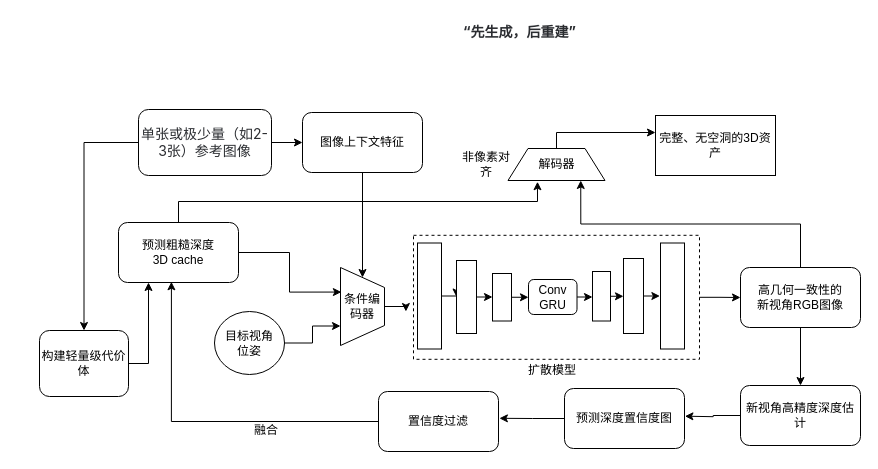
Above: GeoContext-Diff.drawio in zzcPeace/draw.io (draw.io), before the change. Source tidied: cells renumbered, new cells numbered last; positions are measured from the earlier drawing's top-left corner, leaving out a move shared by most shapes. Both pictures are drawn from the tidied source at 100%, with x=0, y=0 at pixel (39, 17).
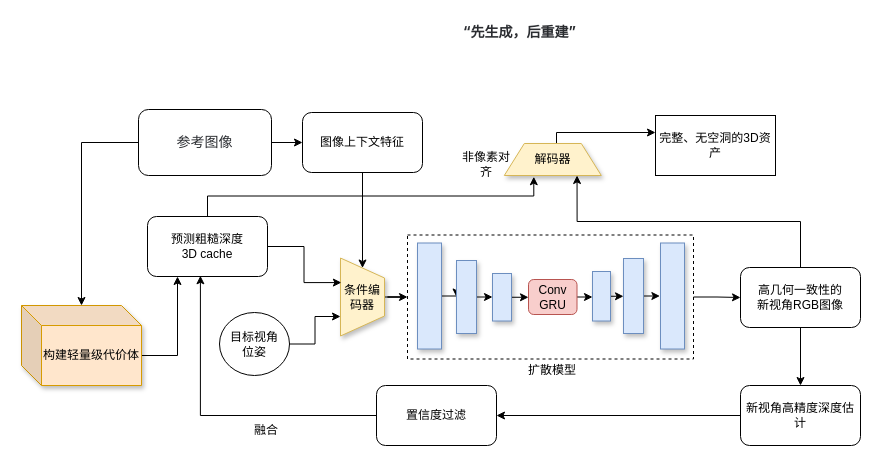
The same page after the edit.

Unchanged cells that the change refers to:
```xml
<mxCell id="33" value="新视角高精度深度估计" style="rounded=1;whiteSpace=wrap;html=1;" parent="1" vertex="1">
  <mxGeometry x="701" y="368" width="120" height="60" as="geometry" />
</mxCell>
<mxCell id="46" value="图像上下文特征" style="rounded=1;whiteSpace=wrap;html=1;" parent="1" vertex="1">
  <mxGeometry x="263" y="95" width="120" height="60" as="geometry" />
</mxCell>
```

Change to the diagram source:
```diff
@@
+    <mxCell id="4" style="edgeStyle=orthogonalEdgeStyle;rounded=0;jettySize=auto;html=1;exitX=1;exitY=0.5;exitDx=0;exitDy=0;entryX=0;entryY=0.5;entryDx=0;entryDy=0;" parent="1" edge="1" source="5" target="46">
+      <mxGeometry relative="1" as="geometry" />
+    </mxCell>
-    <mxCell id="3" style="edgeStyle=orthogonalEdgeStyle;rounded=0;jettySize=auto;html=1;" parent="1" edge="1" source="5" target="7">
+    <mxCell id="3" style="edgeStyle=orthogonalEdgeStyle;rounded=0;jettySize=auto;html=1;exitX=0;exitY=0.5;exitDx=0;exitDy=0;" parent="1" edge="1" source="5" target="7">
       <mxGeometry relative="1" as="geometry" />
     </mxCell>
-    <mxCell id="4" style="edgeStyle=orthogonalEdgeStyle;rounded=0;jettySize=auto;html=1;exitX=1;exitY=0.5;exitDx=0;exitDy=0;entryX=0;entryY=0.5;entryDx=0;entryDy=0;" parent="1" edge="1" source="5" target="46">
-      <mxGeometry relative="1" as="geometry" />
-    </mxCell>
-    <mxCell id="5" value="&lt;span style=&quot;color: rgb(43, 45, 49); font-family: Inter, sans-serif; font-size: 14px; text-align: start; background-color: rgb(255, 255, 255);&quot;&gt;单张或极少量（如2-3张）参考图像&lt;/span&gt;" style="rounded=1;whiteSpace=wrap;html=1;" parent="1" vertex="1">
+    <mxCell id="5" value="&lt;span style=&quot;color: rgb(43, 45, 49); font-family: Inter, sans-serif; font-size: 14px; text-align: start; background-color: rgb(255, 255, 255);&quot;&gt;参考图像&lt;/span&gt;" style="rounded=1;whiteSpace=wrap;html=1;" parent="1" vertex="1">
       <mxGeometry x="99" y="92" width="133" height="66" as="geometry" />
     </mxCell>
-    <mxCell id="6" style="edgeStyle=orthogonalEdgeStyle;rounded=0;jettySize=auto;html=1;exitX=1;exitY=0.5;exitDx=0;exitDy=0;entryX=0.25;entryY=1;entryDx=0;entryDy=0;" parent="1" edge="1" source="7" target="8">
-      <mxGeometry relative="1" as="geometry" />
-    </mxCell>
-    <mxCell id="7" value="构建轻量级代价体" style="rounded=1;whiteSpace=wrap;html=1;" parent="1" vertex="1">
-      <mxGeometry y="313" width="89" height="66" as="geometry" />
-    </mxCell>
     <mxCell id="8" value="预测粗糙深度&lt;br&gt;3D cache" style="rounded=1;whiteSpace=wrap;html=1;" parent="1" vertex="1">
-      <mxGeometry x="79" y="205" width="120" height="60" as="geometry" />
+      <mxGeometry x="108" y="199" width="120" height="60" as="geometry" />
     </mxCell>
@@
     <mxCell id="10" value="目标视角&lt;div&gt;位姿&lt;/div&gt;" style="ellipse;whiteSpace=wrap;html=1;" parent="1" vertex="1">
-      <mxGeometry x="175" y="294" width="70" height="63" as="geometry" />
+      <mxGeometry x="180" y="295" width="70" height="63" as="geometry" />
     </mxCell>
-    <mxCell id="11" style="edgeStyle=orthogonalEdgeStyle;rounded=0;jettySize=auto;html=1;exitX=0.5;exitY=0;exitDx=0;exitDy=0;" parent="1" edge="1" source="12">
-      <mxGeometry relative="1" as="geometry">
-        <mxPoint x="366.4" y="294" as="targetPoint" />
-      </mxGeometry>
-    </mxCell>
+    <mxCell id="47" style="edgeStyle=orthogonalEdgeStyle;rounded=0;jettySize=auto;html=1;" parent="1" edge="1" source="12" target="27">
+      <mxGeometry relative="1" as="geometry" />
+    </mxCell>
-    <mxCell id="12" value="条件编码器" style="shape=trapezoid;perimeter=trapezoidPerimeter;whiteSpace=wrap;html=1;fixedSize=1;direction=south;" parent="1" vertex="1">
-      <mxGeometry x="301" y="250" width="44" height="78" as="geometry" />
+    <mxCell id="12" value="条件编码器" style="shape=trapezoid;perimeter=trapezoidPerimeter;whiteSpace=wrap;html=1;fixedSize=1;direction=south;fillColor=#fff2cc;strokeColor=#d6b656;shadow=1;" parent="1" vertex="1">
+      <mxGeometry x="301" y="240.5" width="44" height="78" as="geometry" />
     </mxCell>
@@
-    <mxCell id="14" style="rounded=0;whiteSpace=wrap;html=1;direction=south;" parent="1" vertex="1">
+    <mxCell id="14" style="rounded=0;whiteSpace=wrap;html=1;direction=south;fillColor=#dae8fc;strokeColor=#6c8ebf;shadow=1;" parent="1" vertex="1">
       <mxGeometry x="378" y="225.5" width="24" height="106" as="geometry" />
     </mxCell>
@@
-    <mxCell id="16" style="rounded=0;whiteSpace=wrap;html=1;direction=south;" parent="1" vertex="1">
+    <mxCell id="16" style="rounded=0;whiteSpace=wrap;html=1;direction=south;fillColor=#dae8fc;strokeColor=#6c8ebf;shadow=1;" parent="1" vertex="1">
       <mxGeometry x="417" y="243" width="20" height="73" as="geometry" />
     </mxCell>
@@
-    <mxCell id="18" style="rounded=0;whiteSpace=wrap;html=1;direction=south;" parent="1" vertex="1">
+    <mxCell id="18" style="rounded=0;whiteSpace=wrap;html=1;direction=south;fillColor=#dae8fc;strokeColor=#6c8ebf;shadow=1;" parent="1" vertex="1">
       <mxGeometry x="453" y="256" width="19" height="47.5" as="geometry" />
     </mxCell>
-    <mxCell id="19" style="rounded=0;whiteSpace=wrap;html=1;direction=south;" parent="1" vertex="1">
+    <mxCell id="19" style="rounded=0;whiteSpace=wrap;html=1;direction=south;fillColor=#dae8fc;strokeColor=#6c8ebf;shadow=1;" parent="1" vertex="1">
       <mxGeometry x="621" y="225.5" width="24" height="106" as="geometry" />
     </mxCell>
@@
-    <mxCell id="21" style="rounded=0;whiteSpace=wrap;html=1;direction=south;" parent="1" vertex="1">
+    <mxCell id="21" style="rounded=0;whiteSpace=wrap;html=1;direction=south;fillColor=#dae8fc;strokeColor=#6c8ebf;shadow=1;" parent="1" vertex="1">
       <mxGeometry x="584" y="241" width="20" height="75" as="geometry" />
     </mxCell>
@@
-    <mxCell id="23" style="rounded=0;whiteSpace=wrap;html=1;direction=south;" parent="1" vertex="1">
+    <mxCell id="23" style="rounded=0;whiteSpace=wrap;html=1;direction=south;fillColor=#dae8fc;strokeColor=#6c8ebf;shadow=1;" parent="1" vertex="1">
       <mxGeometry x="553" y="254" width="18" height="49.5" as="geometry" />
     </mxCell>
@@
-    <mxCell id="25" value="Conv GRU" style="rounded=1;whiteSpace=wrap;html=1;" parent="1" vertex="1">
+    <mxCell id="25" value="Conv GRU" style="rounded=1;whiteSpace=wrap;html=1;fillColor=#f8cecc;strokeColor=#b85450;" parent="1" vertex="1">
       <mxGeometry x="489" y="262" width="48.5" height="35" as="geometry" />
     </mxCell>
@@
-    <mxCell id="27" style="rounded=0;whiteSpace=wrap;html=1;fillColor=none;dashed=1;" parent="1" vertex="1">
-      <mxGeometry x="374" y="217.8" width="286" height="124" as="geometry" />
+    <mxCell id="27" style="rounded=0;whiteSpace=wrap;html=1;fillColor=none;dashed=1;strokeColor=default;glass=0;" parent="1" vertex="1">
+      <mxGeometry x="368" y="217.5" width="286" height="124" as="geometry" />
     </mxCell>
@@
-    <mxCell id="32" style="edgeStyle=orthogonalEdgeStyle;rounded=0;jettySize=auto;html=1;exitX=0;exitY=0.5;exitDx=0;exitDy=0;" parent="1" edge="1" source="33">
-      <mxGeometry relative="1" as="geometry">
-        <mxPoint x="645.4" y="398.7" as="targetPoint" />
-      </mxGeometry>
-    </mxCell>
+    <mxCell id="48" style="edgeStyle=orthogonalEdgeStyle;rounded=0;jettySize=auto;html=1;exitX=0;exitY=0.5;exitDx=0;exitDy=0;" parent="1" edge="1" source="33" target="36">
+      <mxGeometry relative="1" as="geometry" />
+    </mxCell>
@@
-    <mxCell id="34" style="edgeStyle=orthogonalEdgeStyle;rounded=0;jettySize=auto;html=1;exitX=0;exitY=0.5;exitDx=0;exitDy=0;" parent="1" edge="1" source="35">
-      <mxGeometry relative="1" as="geometry">
-        <mxPoint x="459.9" y="400.8" as="targetPoint" />
-      </mxGeometry>
-    </mxCell>
-    <mxCell id="35" value="预测深度置信度图" style="rounded=1;whiteSpace=wrap;html=1;" parent="1" vertex="1">
-      <mxGeometry x="525" y="371" width="120" height="60" as="geometry" />
-    </mxCell>
     <mxCell id="36" value="置信度过滤" style="rounded=1;whiteSpace=wrap;html=1;" parent="1" vertex="1">
-      <mxGeometry x="339" y="374" width="120" height="60" as="geometry" />
+      <mxGeometry x="337" y="368" width="120" height="60" as="geometry" />
     </mxCell>
@@
-    <mxCell id="40" value="解码器" style="shape=trapezoid;perimeter=trapezoidPerimeter;whiteSpace=wrap;html=1;fixedSize=1;" parent="1" vertex="1">
-      <mxGeometry x="468.5" y="131" width="97" height="32" as="geometry" />
+    <mxCell id="40" value="解码器" style="shape=trapezoid;perimeter=trapezoidPerimeter;whiteSpace=wrap;html=1;fixedSize=1;fillColor=#fff2cc;strokeColor=#d6b656;shadow=1;" parent="1" vertex="1">
+      <mxGeometry x="464.8" y="126" width="97" height="32" as="geometry" />
     </mxCell>
@@
+    <mxCell id="6" style="edgeStyle=orthogonalEdgeStyle;rounded=0;jettySize=auto;html=1;exitX=0;exitY=0;exitDx=120;exitDy=50;exitPerimeter=0;entryX=0.25;entryY=1;entryDx=0;entryDy=0;" parent="1" edge="1" source="7" target="8">
+      <mxGeometry relative="1" as="geometry" />
+    </mxCell>
+    <mxCell id="7" value="构建轻量级代价体" style="shape=cube;whiteSpace=wrap;html=1;boundedLbl=1;backgroundOutline=1;darkOpacity=0.05;darkOpacity2=0.1;fillColor=#ffe6cc;strokeColor=#d79b00;shadow=1;" parent="1" vertex="1">
+      <mxGeometry x="-18" y="288" width="120" height="80" as="geometry" />
+    </mxCell>
```
